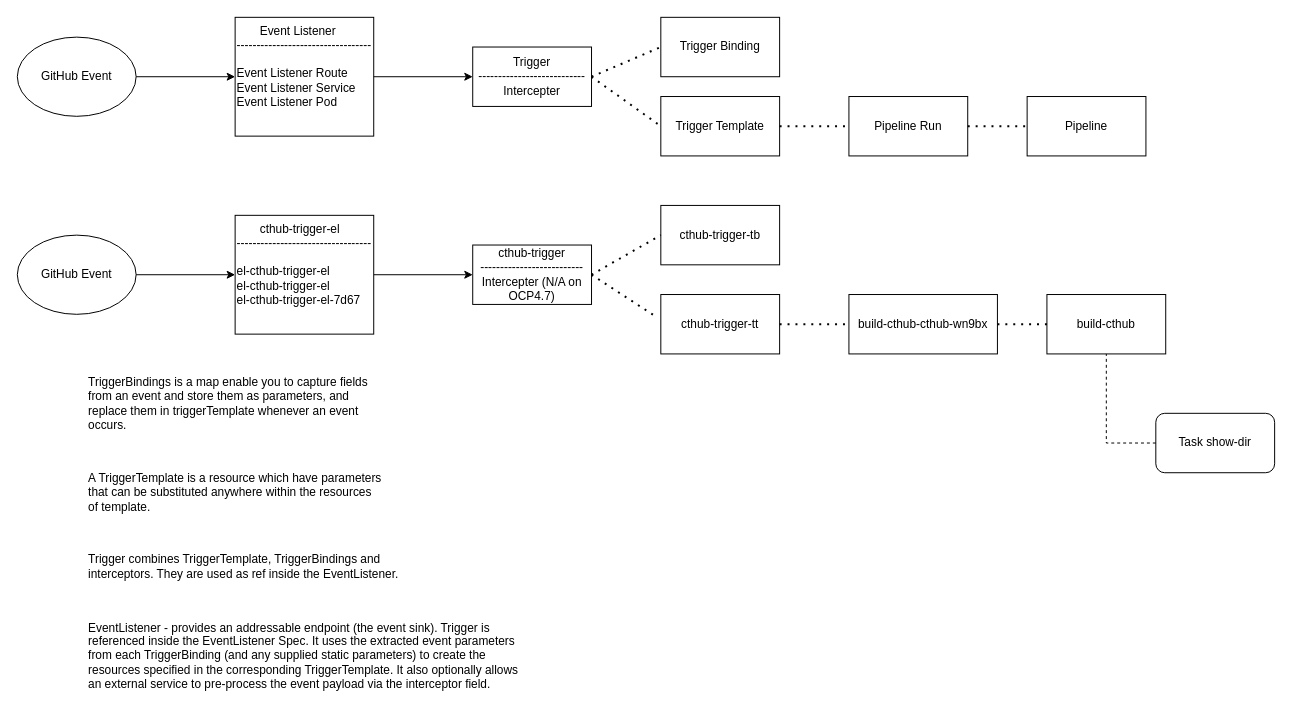
bcgov/cthub keeps this draw.io diagram as Tekton-trigger.drawio. Above is the earlier version. Source tidied: cells renumbered, new cells numbered last; positions are measured from the earlier drawing's top-left corner, leaving out a move shared by most shapes. Both pictures are drawn from the tidied source at 99%, with x=0, y=0 at pixel (17, 17).
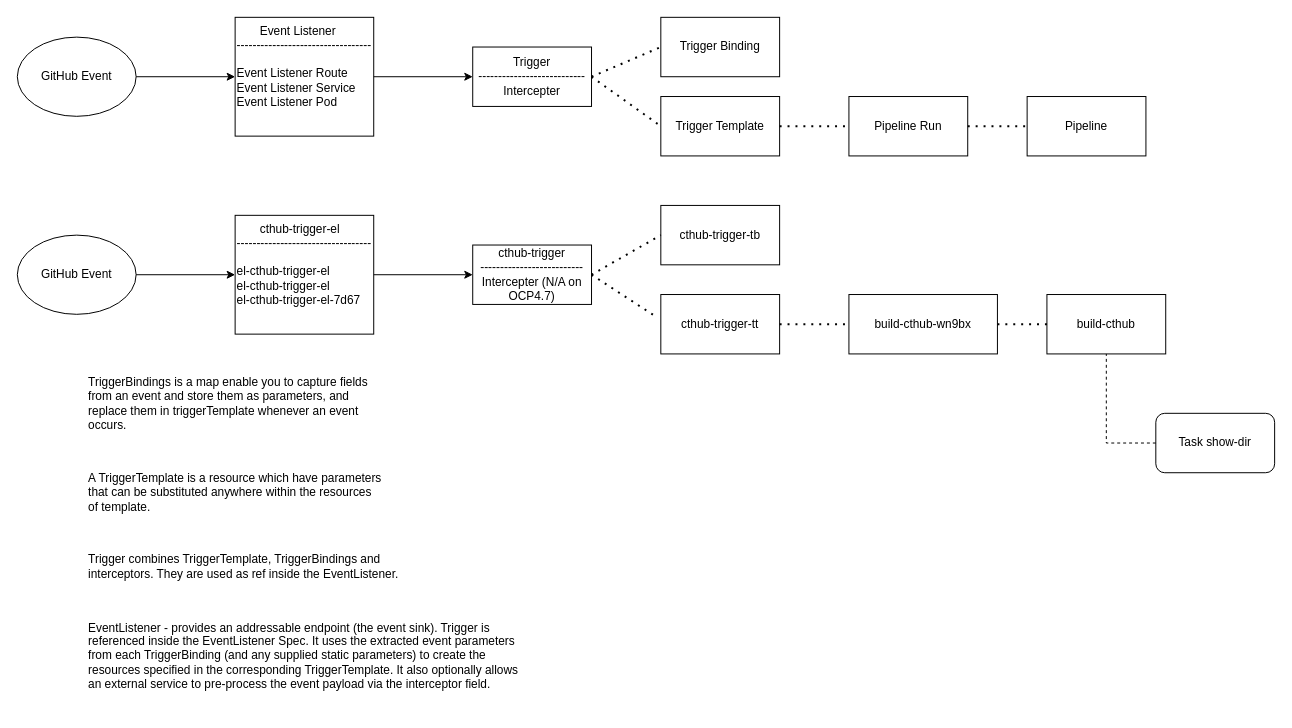
The same diagram, later.

The edit, as a diff of the source:
```diff
@@
-    <mxCell id="24" value="build-cthub-cthub-wn9bx" style="rounded=0;whiteSpace=wrap;html=1;" parent="1" vertex="1">
+    <mxCell id="24" value="build-cthub-wn9bx" style="rounded=0;whiteSpace=wrap;html=1;" parent="1" vertex="1">
       <mxGeometry x="840" y="280" width="150" height="60" as="geometry" />
     </mxCell>
```
